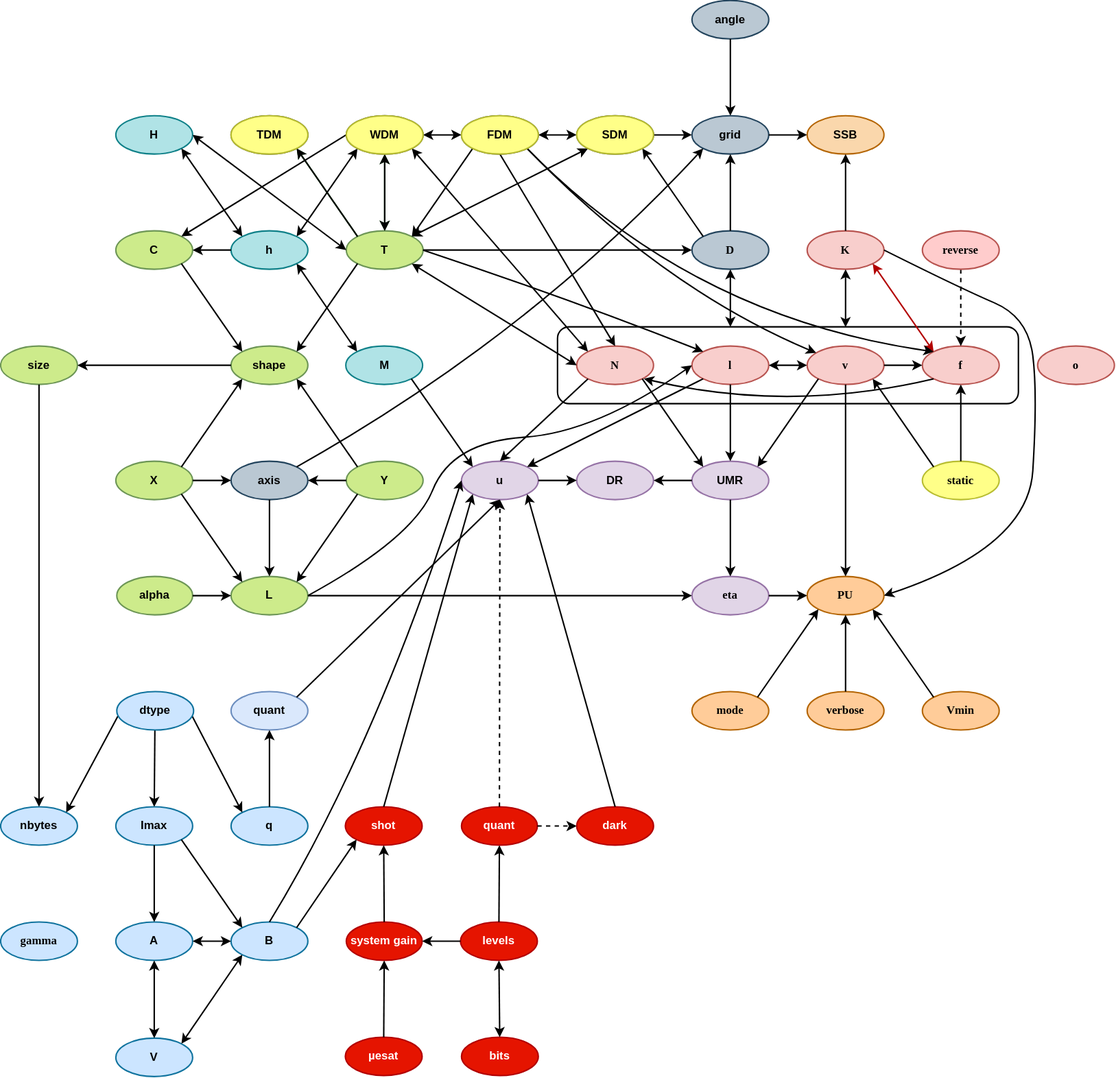
The draw.io diagram docs/interdependencies.svg in comimag/Fringes, before a commit. Source tidied: cells renumbered, new cells last; positions are measured from the earlier drawing's top-left corner, leaving out a move shared by most shapes.
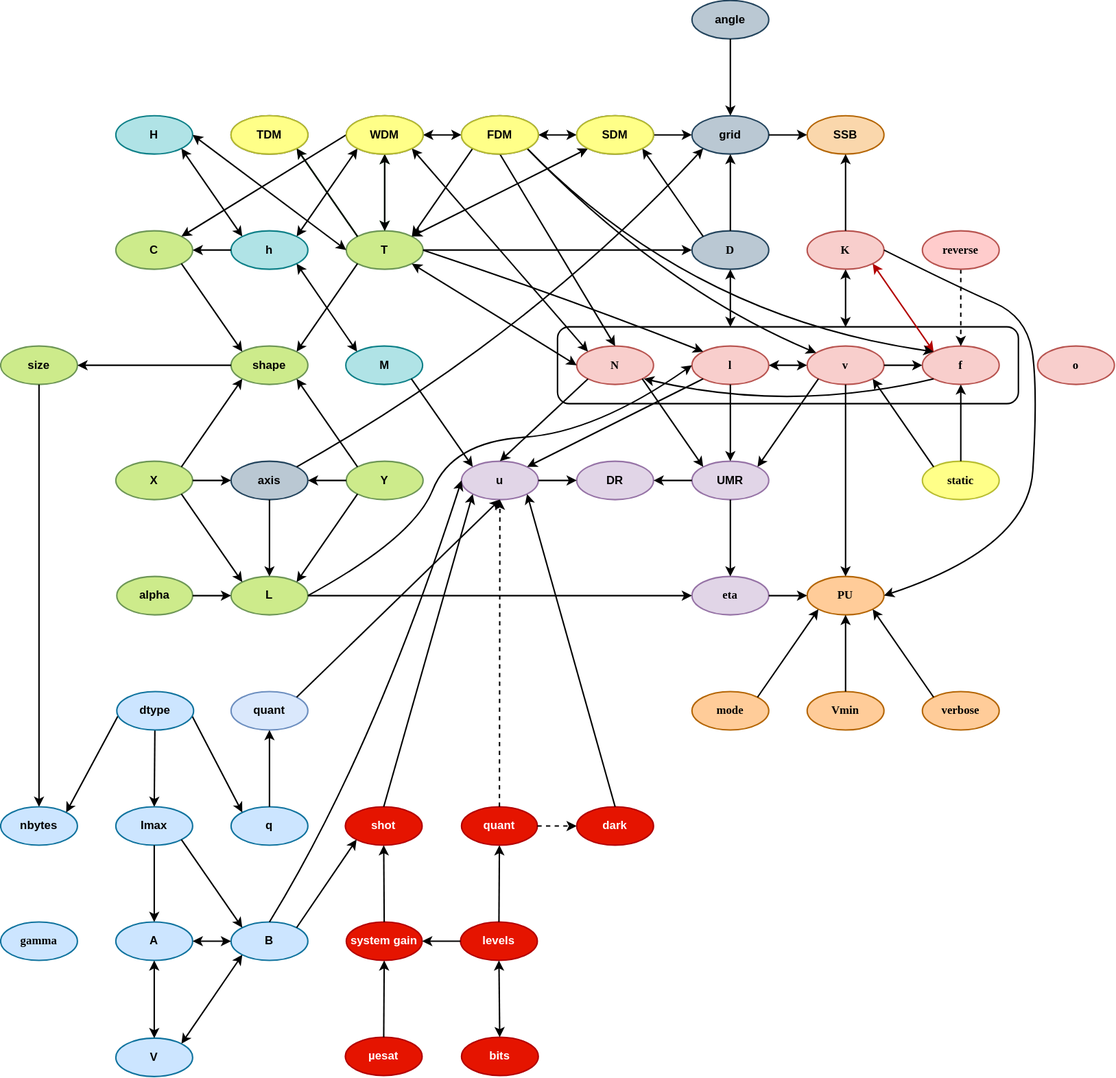
Later version of the same file.

Commit message:
updated interdependency graph

What changed in the source:
```diff
@@ -372,18 +372,18 @@
       <mxGeometry y="960" width="80" height="40" as="geometry" />
     </mxCell>
     <mxCell id="113" value="&lt;span&gt;verbose&lt;br&gt;&lt;/span&gt;" style="ellipse;whiteSpace=wrap;html=1;rounded=0;shadow=0;comic=0;labelBackgroundColor=none;strokeWidth=1.5;fontFamily=Verdana;fontSize=12;align=center;fontStyle=1;fillColor=#ffcc99;strokeColor=#B46504;labelBorderColor=none;" parent="1" vertex="1">
-      <mxGeometry x="840" y="720" width="80" height="40" as="geometry" />
+      <mxGeometry x="960" y="720" width="80" height="40" as="geometry" />
     </mxCell>
     <mxCell id="114" value="&lt;span&gt;mode&lt;/span&gt;" style="ellipse;whiteSpace=wrap;html=1;rounded=0;shadow=0;comic=0;labelBackgroundColor=none;strokeWidth=1.5;fontFamily=Verdana;fontSize=12;align=center;fontStyle=1;fillColor=#ffcc99;strokeColor=#B46504;labelBorderColor=none;" parent="1" vertex="1">
       <mxGeometry x="720" y="720" width="80" height="40" as="geometry" />
     </mxCell>
     <mxCell id="115" value="&lt;span&gt;Vmin&lt;/span&gt;" style="ellipse;whiteSpace=wrap;html=1;rounded=0;shadow=0;comic=0;labelBackgroundColor=none;strokeWidth=1.5;fontFamily=Verdana;fontSize=12;align=center;fontStyle=1;fillColor=#ffcc99;strokeColor=#B46504;labelBorderColor=none;" parent="1" vertex="1">
-      <mxGeometry x="960" y="720" width="80" height="40" as="geometry" />
+      <mxGeometry x="840" y="720" width="80" height="40" as="geometry" />
     </mxCell>
-    <mxCell id="116" style="endArrow=classic;html=1;curved=1;exitX=0;exitY=0;exitDx=0;exitDy=0;entryX=1;entryY=1;entryDx=0;entryDy=0;fontStyle=1;shadow=0;strokeWidth=1.5;labelBorderColor=none;" parent="1" edge="1" source="115" target="12">
+    <mxCell id="116" style="endArrow=classic;html=1;curved=1;exitX=0.5;exitY=0;exitDx=0;exitDy=0;entryX=0.5;entryY=1;entryDx=0;entryDy=0;fontStyle=1;shadow=0;strokeWidth=1.5;labelBorderColor=none;" parent="1" edge="1" source="115" target="12">
       <mxGeometry relative="1" as="geometry" />
     </mxCell>
-    <mxCell id="117" style="endArrow=classic;html=1;curved=1;entryX=0.5;entryY=1;entryDx=0;entryDy=0;fontStyle=1;shadow=0;strokeWidth=1.5;labelBorderColor=none;" parent="1" edge="1" source="113" target="12">
+    <mxCell id="117" style="endArrow=classic;html=1;curved=1;entryX=1;entryY=1;entryDx=0;entryDy=0;fontStyle=1;shadow=0;strokeWidth=1.5;labelBorderColor=none;exitX=0;exitY=0;exitDx=0;exitDy=0;" parent="1" edge="1" source="113" target="12">
       <mxGeometry relative="1" as="geometry" />
     </mxCell>
     <mxCell id="118" style="endArrow=classic;html=1;curved=1;exitX=1;exitY=0;exitDx=0;exitDy=0;entryX=0;entryY=1;entryDx=0;entryDy=0;fontStyle=1;shadow=0;strokeWidth=1.5;labelBorderColor=none;" parent="1" edge="1" source="114" target="12">
```
